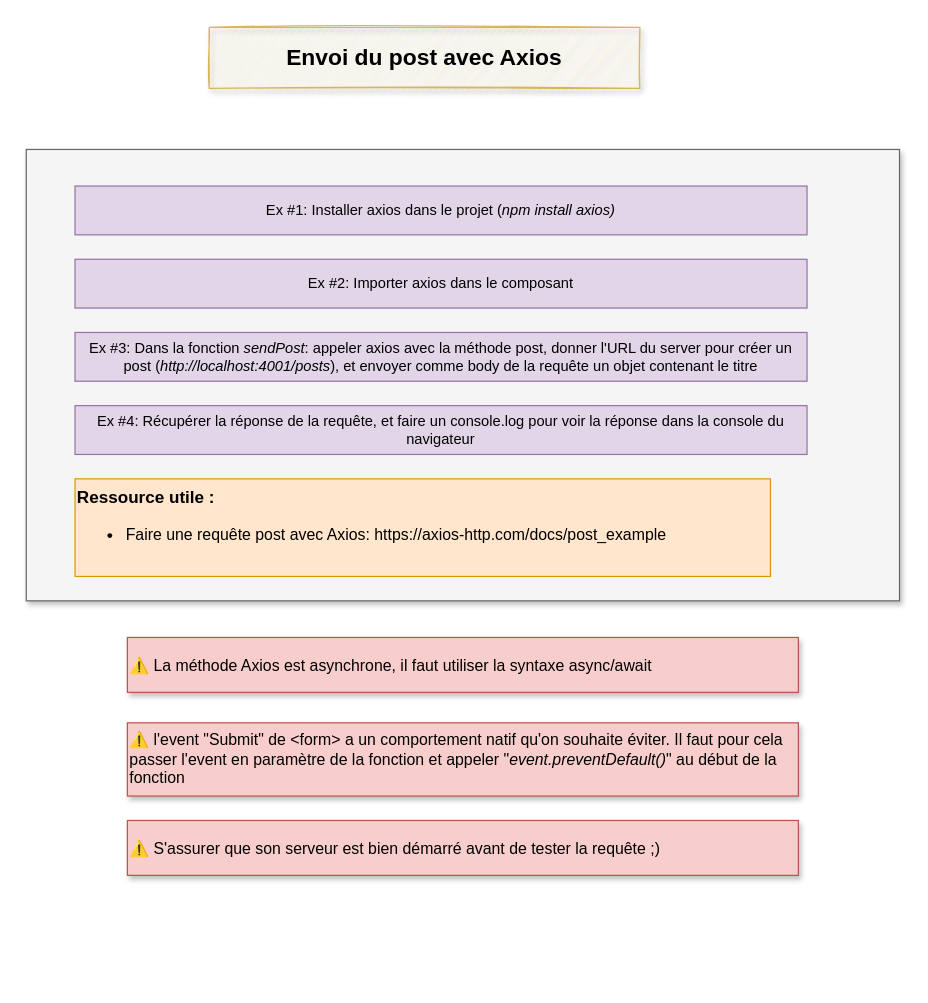
Before: page "Page-21" (21 of 27) of code_lab_1/diagrams/blog.drawio in LudovicLaloux/vuejs-n7, a draw.io diagram. Source tidied: cells renumbered, new cells numbered last; positions are measured from the earlier drawing's top-left corner, leaving out a move shared by most shapes. Both pictures are drawn from the tidied source at 122%, with x=0, y=0 at pixel (26, 27).
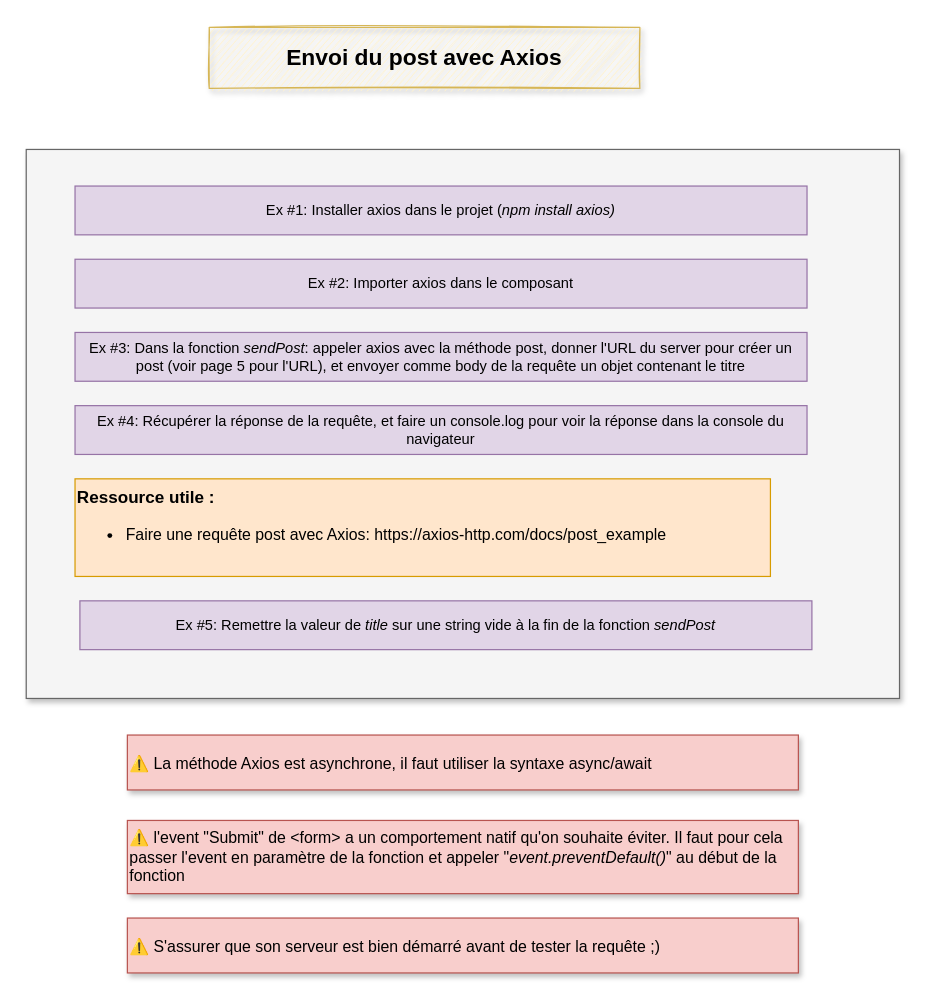
Above is the later version.

Change to the diagram source:
```diff
@@
 <mxGraphModel>
   <root>
     <mxCell id="0" />
     <mxCell id="1" parent="0" />
     <mxCell id="2" value="&lt;h3&gt;Envoi du post avec Axios&lt;/h3&gt;" style="text;html=1;strokeColor=#d6b656;fillColor=#fff2cc;align=center;verticalAlign=middle;whiteSpace=wrap;rounded=0;shadow=1;glass=0;sketch=1;fontSize=16;" parent="1" vertex="1">
       <mxGeometry x="150" width="353" height="50" as="geometry" />
     </mxCell>
     <mxCell id="3" style="rounded=0;whiteSpace=wrap;html=1;shadow=1;sketch=0;fontSize=14;fillColor=#f5f5f5;strokeColor=#666666;fontColor=#333333;" parent="1" vertex="1">
-      <mxGeometry y="100" width="715.8" height="370" as="geometry" />
+      <mxGeometry y="100" width="715.8" height="450" as="geometry" />
     </mxCell>
     <mxCell id="4" value="Ex #2: Importer axios dans le composant" style="rounded=0;whiteSpace=wrap;html=1;fillColor=#e1d5e7;strokeColor=#9673a6;" parent="1" vertex="1">
       <mxGeometry x="40" y="190" width="600" height="40" as="geometry" />
     </mxCell>
     <mxCell id="5" value="Ex #1: Installer axios dans le projet (&lt;i&gt;npm install axios)&lt;/i&gt;" style="rounded=0;whiteSpace=wrap;html=1;fillColor=#e1d5e7;strokeColor=#9673a6;" parent="1" vertex="1">
       <mxGeometry x="40" y="130" width="600" height="40" as="geometry" />
     </mxCell>
-    <mxCell id="6" value="Ex #3: Dans la fonction &lt;i&gt;sendPost&lt;/i&gt;: appeler axios avec la méthode post, donner l'URL du server pour créer un post (&lt;i&gt;http://localhost:4001/posts&lt;/i&gt;), et envoyer comme body de la requête un objet contenant le titre " style="rounded=0;whiteSpace=wrap;html=1;fillColor=#e1d5e7;strokeColor=#9673a6;" parent="1" vertex="1">
+    <mxCell id="6" value="Ex #3: Dans la fonction &lt;i&gt;sendPost&lt;/i&gt;: appeler axios avec la méthode post, donner l'URL du server pour créer un post (voir page 5 pour l'URL&lt;i&gt;&lt;/i&gt;), et envoyer comme body de la requête un objet contenant le titre " style="rounded=0;whiteSpace=wrap;html=1;fillColor=#e1d5e7;strokeColor=#9673a6;" parent="1" vertex="1">
       <mxGeometry x="40" y="250" width="600" height="40" as="geometry" />
     </mxCell>
     <mxCell id="7" value="&lt;div style=&quot;font-size: 14px;&quot;&gt;&lt;font style=&quot;font-size: 14px;&quot;&gt;&lt;b&gt;Ressource utile :&lt;br&gt;&lt;/b&gt;&lt;/font&gt;&lt;/div&gt;&lt;div style=&quot;font-size: 14px;&quot;&gt;&lt;ul&gt;&lt;li&gt;&lt;font style=&quot;font-size: 13px;&quot;&gt;Faire une requête post avec Axios: https://axios-http.com/docs/post_example&lt;/font&gt;&lt;/li&gt;&lt;/ul&gt;&lt;/div&gt;" style="text;whiteSpace=wrap;html=1;fontSize=12;fillColor=#ffe6cc;strokeColor=#d79b00;" parent="1" vertex="1">
       <mxGeometry x="40" y="370" width="570" height="80" as="geometry" />
     </mxCell>
     <mxCell id="8" value="Ex #4: Récupérer la réponse de la requête, et faire un console.log pour voir la réponse dans la console du navigateur" style="rounded=0;whiteSpace=wrap;html=1;fillColor=#e1d5e7;strokeColor=#9673a6;" parent="1" vertex="1">
       <mxGeometry x="40" y="310" width="600" height="40" as="geometry" />
     </mxCell>
     <mxCell id="9" value="⚠️ S'assurer que son serveur est bien démarré avant de tester la requête ;)" style="rounded=0;whiteSpace=wrap;html=1;shadow=1;sketch=0;strokeColor=#b85450;strokeWidth=1;fontSize=13;fillColor=#f8cecc;align=left;" parent="1" vertex="1">
-      <mxGeometry x="82.9" y="650" width="550" height="45" as="geometry" />
+      <mxGeometry x="82.9" y="730" width="550" height="45" as="geometry" />
     </mxCell>
     <mxCell id="10" value="⚠️ La méthode Axios est asynchrone, il faut utiliser la syntaxe async/await" style="rounded=0;whiteSpace=wrap;html=1;shadow=1;sketch=0;strokeColor=#b85450;strokeWidth=1;fontSize=13;fillColor=#f8cecc;align=left;" parent="1" vertex="1">
-      <mxGeometry x="82.9" y="500" width="550" height="45" as="geometry" />
+      <mxGeometry x="82.9" y="580" width="550" height="45" as="geometry" />
     </mxCell>
     <mxCell id="11" value="⚠️ l'event &quot;Submit&quot; de &amp;lt;form&amp;gt; a un comportement natif qu'on souhaite éviter. Il faut pour cela passer l'event en paramètre de la fonction et appeler &quot;&lt;i&gt;event.preventDefault()&lt;/i&gt;&quot; au début de la fonction" style="rounded=0;whiteSpace=wrap;html=1;shadow=1;sketch=0;strokeColor=#b85450;strokeWidth=1;fontSize=13;fillColor=#f8cecc;align=left;" parent="1" vertex="1">
-      <mxGeometry x="82.9" y="570" width="550" height="60" as="geometry" />
+      <mxGeometry x="82.9" y="650" width="550" height="60" as="geometry" />
     </mxCell>
+    <mxCell id="12" value="Ex #5: Remettre la valeur de &lt;i&gt;title &lt;/i&gt;sur une string vide à la fin de la fonction &lt;i&gt;sendPost&lt;/i&gt;" style="rounded=0;whiteSpace=wrap;html=1;fillColor=#e1d5e7;strokeColor=#9673a6;" parent="1" vertex="1">
+      <mxGeometry x="44" y="470" width="600" height="40" as="geometry" />
+    </mxCell>
   </root>
 </mxGraphModel>
```
